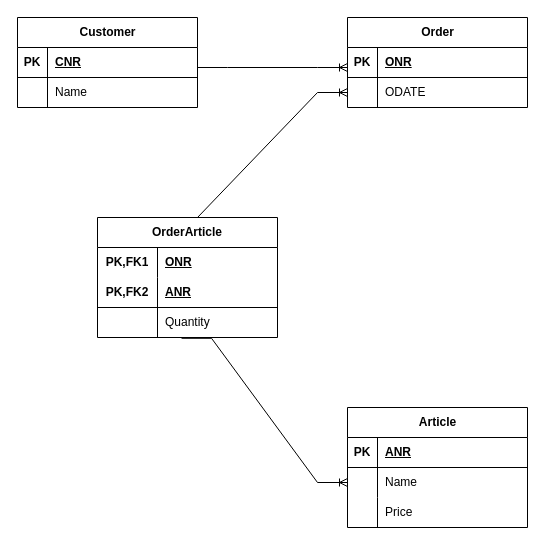
This is PracticeW1L2T1.drawio from Az1mzhan/DBMS, a draw.io file, before an edit. Source tidied: cells renumbered, new cells numbered last; positions are measured from the earlier drawing's top-left corner, leaving out a move shared by most shapes. Both pictures are drawn from the tidied source at 100%, with x=0, y=0 at pixel (17, 17).
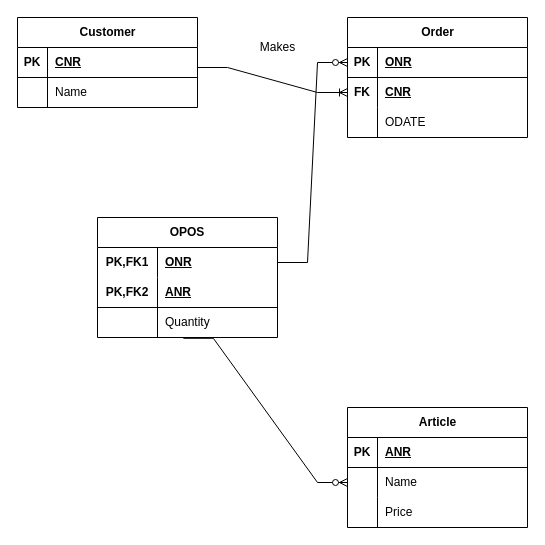
The same page after the edit.

Unchanged cells that the change refers to:
```xml
<mxCell id="10" style="shape=tableRow;horizontal=0;startSize=0;swimlaneHead=0;swimlaneBody=0;fillColor=none;points=[[0,0.5],[1,0.5]];portConstraint=eastwest;top=0;left=0;right=0;bottom=1;" parent="9" vertex="1">
  <mxGeometry y="30" width="180" height="30" as="geometry" />
</mxCell>
<mxCell id="13" style="shape=tableRow;horizontal=0;startSize=0;swimlaneHead=0;swimlaneBody=0;fillColor=none;points=[[0,0.5],[1,0.5]];portConstraint=eastwest;top=0;left=0;right=0;bottom=0;" parent="9" vertex="1">
  <mxGeometry y="60" width="180" height="30" as="geometry" />
</mxCell>
<mxCell id="20" style="shape=tableRow;horizontal=0;startSize=0;swimlaneHead=0;swimlaneBody=0;fillColor=none;points=[[0,0.5],[1,0.5]];portConstraint=eastwest;top=0;left=0;right=0;bottom=0;" parent="16" vertex="1">
  <mxGeometry y="60" width="180" height="30" as="geometry" />
</mxCell>
<mxCell id="27" style="shape=tableRow;horizontal=0;startSize=0;swimlaneHead=0;swimlaneBody=0;fillColor=none;points=[[0,0.5],[1,0.5]];portConstraint=eastwest;top=0;left=0;right=0;bottom=0;html=1;" parent="26" vertex="1">
  <mxGeometry y="30" width="180" height="30" as="geometry" />
</mxCell>
<mxCell id="33" style="shape=tableRow;horizontal=0;startSize=0;swimlaneHead=0;swimlaneBody=0;fillColor=none;points=[[0,0.5],[1,0.5]];portConstraint=eastwest;top=0;left=0;right=0;bottom=0;html=1;" parent="26" vertex="1">
  <mxGeometry y="90" width="180" height="30" as="geometry" />
</mxCell>
```

Change to the diagram source:
```diff
@@
     <mxCell id="9" value="Order" style="shape=table;startSize=30;childLayout=tableLayout;rowLines=0;fontStyle=1;align=center;html=1;" parent="1" vertex="1">
-      <mxGeometry x="330" width="180" height="90" as="geometry" />
+      <mxGeometry x="330" width="180" height="120" as="geometry" />
     </mxCell>
@@
-    <mxCell id="14" style="shape=partialRectangle;fillColor=none;top=0;left=0;bottom=0;right=0;overflow=hidden;whiteSpace=wrap;html=1;" parent="13" vertex="1">
+    <mxCell id="14" value="&lt;b&gt;FK&lt;/b&gt;" style="shape=partialRectangle;fillColor=none;top=0;left=0;bottom=0;right=0;overflow=hidden;whiteSpace=wrap;html=1;" parent="13" vertex="1">
       <mxGeometry width="30" height="30" as="geometry" />
     </mxCell>
-    <mxCell id="15" value="ODATE" style="shape=partialRectangle;fillColor=none;top=0;left=0;bottom=0;right=0;align=left;spacingLeft=6;overflow=hidden;whiteSpace=wrap;html=1;" parent="13" vertex="1">
+    <mxCell id="15" value="&lt;b&gt;&lt;u&gt;CNR&lt;/u&gt;&lt;/b&gt;" style="shape=partialRectangle;fillColor=none;top=0;left=0;bottom=0;right=0;align=left;spacingLeft=6;overflow=hidden;whiteSpace=wrap;html=1;" parent="13" vertex="1">
       <mxGeometry x="30" width="150" height="30" as="geometry" />
     </mxCell>
+    <mxCell id="39" style="shape=tableRow;horizontal=0;startSize=0;swimlaneHead=0;swimlaneBody=0;fillColor=none;top=0;left=0;right=0;bottom=0;" parent="9" vertex="1">
+      <mxGeometry y="90" width="180" height="30" as="geometry" />
+    </mxCell>
+    <mxCell id="40" style="shape=partialRectangle;fillColor=none;top=0;left=0;bottom=0;right=0;overflow=hidden;whiteSpace=wrap;html=1;" parent="39" vertex="1">
+      <mxGeometry width="30" height="30" as="geometry" />
+    </mxCell>
+    <mxCell id="41" value="ODATE" style="shape=partialRectangle;fillColor=none;top=0;left=0;bottom=0;right=0;align=left;spacingLeft=6;overflow=hidden;whiteSpace=wrap;html=1;" parent="39" vertex="1">
+      <mxGeometry x="30" width="150" height="30" as="geometry" />
+    </mxCell>
@@
-    <mxCell id="26" value="OrderArticle" style="shape=table;startSize=30;childLayout=tableLayout;rowLines=0;fontStyle=1;align=center;html=1;whiteSpace=wrap;" parent="1" vertex="1">
+    <mxCell id="26" value="OPOS" style="shape=table;startSize=30;childLayout=tableLayout;rowLines=0;fontStyle=1;align=center;html=1;whiteSpace=wrap;" parent="1" vertex="1">
       <mxGeometry x="80" y="200" width="180" height="120" as="geometry" />
     </mxCell>
@@
-    <mxCell id="36" style="edgeStyle=entityRelationEdgeStyle;fontSize=12;html=1;endArrow=ERoneToMany;rounded=0;" parent="1" edge="1">
+    <mxCell id="36" style="edgeStyle=entityRelationEdgeStyle;fontSize=12;html=1;endArrow=ERoneToMany;rounded=0;entryX=0;entryY=0.5;entryDx=0;entryDy=0;" parent="1" edge="1" target="13">
       <mxGeometry relative="1" as="geometry">
         <mxPoint x="180" y="50" as="sourcePoint" />
-        <mxPoint x="330" y="50" as="targetPoint" />
       </mxGeometry>
     </mxCell>
-    <mxCell id="37" style="edgeStyle=entityRelationEdgeStyle;fontSize=12;html=1;endArrow=ERoneToMany;rounded=0;entryX=0;entryY=0.5;entryDx=0;entryDy=0;" parent="1" edge="1" target="13">
-      <mxGeometry relative="1" as="geometry">
-        <mxPoint x="150" y="200" as="sourcePoint" />
-      </mxGeometry>
-    </mxCell>
+    <mxCell id="42" value="Makes" style="text;html=1;align=center;verticalAlign=middle;strokeColor=none;fillColor=none;" parent="1" vertex="1">
+      <mxGeometry x="230" y="15" width="60" height="30" as="geometry" />
+    </mxCell>
+    <mxCell id="43" style="edgeStyle=entityRelationEdgeStyle;fontSize=12;html=1;endArrow=ERzeroToMany;endFill=1;rounded=0;entryX=0;entryY=0.5;entryDx=0;entryDy=0;" parent="1" edge="1" source="27" target="10">
+      <mxGeometry relative="1" as="geometry" />
+    </mxCell>
-    <mxCell id="38" style="edgeStyle=entityRelationEdgeStyle;fontSize=12;html=1;endArrow=ERoneToMany;rounded=0;entryX=0;entryY=0.5;entryDx=0;entryDy=0;exitX=0.467;exitY=1.027;exitDx=0;exitDy=0;exitPerimeter=0;" parent="1" edge="1" source="33" target="20">
+    <mxCell id="38" style="edgeStyle=entityRelationEdgeStyle;fontSize=12;html=1;endArrow=ERzeroToMany;endFill=1;rounded=0;entryX=0;entryY=0.5;entryDx=0;entryDy=0;exitX=0.477;exitY=1.027;exitDx=0;exitDy=0;exitPerimeter=0;" parent="1" edge="1" source="33" target="20">
       <mxGeometry relative="1" as="geometry" />
     </mxCell>
```
